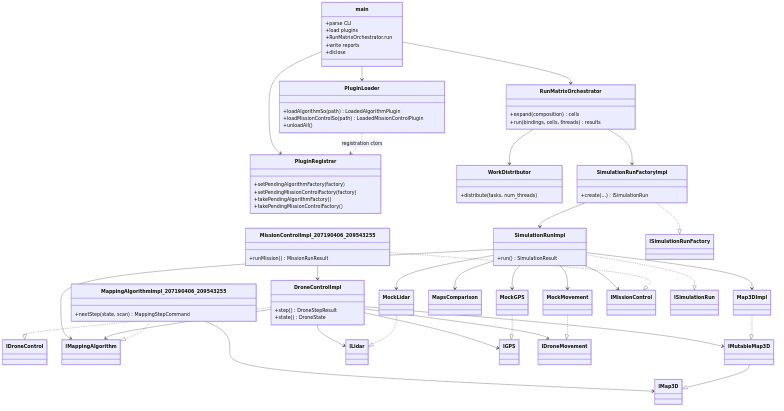
Before: docs/hld/class-overview.png, a diagram exported from Mermaid (Sagi154/Drone-Mapper-ex3). Its source is kept beside it as docs/hld/class-overview.mmd. Its diagram source:
```mermaid
classDiagram
    direction TB

    class main {
      +parse CLI
      +load plugins
      +RunMatrixOrchestrator.run
      +write reports
      +dlclose
    }

    class PluginLoader {
      +loadAlgorithmSo(path) LoadedAlgorithmPlugin
      +loadMissionControlSo(path) LoadedMissionControlPlugin
      +unloadAll()
    }

    class PluginRegistrar {
      +setPendingAlgorithmFactory(factory)
      +setPendingMissionControlFactory(factory)
      +takePendingAlgorithmFactory()
      +takePendingMissionControlFactory()
    }

    class RunMatrixOrchestrator {
      +expand(composition) cells
      +run(bindings, cells, threads) results
    }

    class WorkDistributor {
      +distribute(tasks, num_threads)
    }

    class SimulationRunFactoryImpl {
      +create(...) ISimulationRun
    }

    class SimulationRunImpl {
      +run() SimulationResult
    }

    class Map3DImpl
    class MockGPS
    class MockLidar
    class MockMovement
    class MapsComparison

    class MissionControlImpl_207190406_209543255 {
      +runMission() MissionRunResult
    }

    class DroneControlImpl {
      +step() DroneStepResult
      +state() DroneState
    }

    class MappingAlgorithmImpl_207190406_209543255 {
      +nextStep(state, scan) MappingStepCommand
    }

    class IMissionControl
    class IDroneControl
    class IMappingAlgorithm
    class IMap3D
    class IMutableMap3D
    class ILidar
    class IGPS
    class IDroneMovement
    class ISimulationRun
    class ISimulationRunFactory

    main --> PluginLoader
    main --> PluginRegistrar
    main --> RunMatrixOrchestrator
    RunMatrixOrchestrator --> WorkDistributor
    RunMatrixOrchestrator --> SimulationRunFactoryImpl
    SimulationRunFactoryImpl ..|> ISimulationRunFactory
    SimulationRunFactoryImpl --> SimulationRunImpl
    SimulationRunImpl ..|> ISimulationRun
    SimulationRunImpl --> Map3DImpl
    SimulationRunImpl --> MockGPS
    SimulationRunImpl --> MockLidar
    SimulationRunImpl --> MockMovement
    SimulationRunImpl --> MapsComparison
    SimulationRunImpl --> IMissionControl
    SimulationRunImpl --> IMappingAlgorithm
    MissionControlImpl_207190406_209543255 ..|> IMissionControl
    MissionControlImpl_207190406_209543255 --> DroneControlImpl
    DroneControlImpl ..|> IDroneControl
    DroneControlImpl --> IMappingAlgorithm
    DroneControlImpl --> ILidar
    DroneControlImpl --> IGPS
    DroneControlImpl --> IDroneMovement
    DroneControlImpl --> IMutableMap3D
    MappingAlgorithmImpl_207190406_209543255 ..|> IMappingAlgorithm
    MappingAlgorithmImpl_207190406_209543255 --> IMap3D
    Map3DImpl ..|> IMutableMap3D
    IMutableMap3D --|> IMap3D
    MockLidar ..|> ILidar
    MockGPS ..|> IGPS
    MockMovement ..|> IDroneMovement
    PluginLoader ..> PluginRegistrar : registration ctors
```
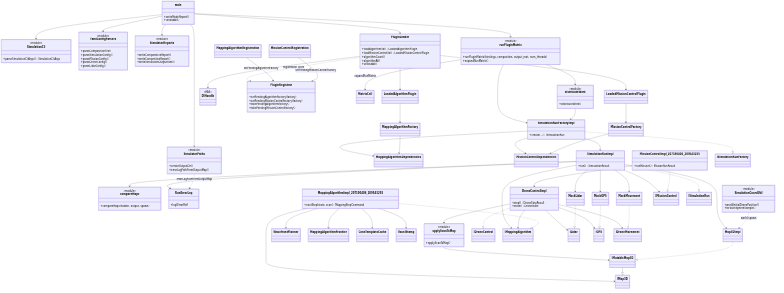
The same file after the commit.

Commit message:
docs: align HLD diagrams with CLI composition and scoring

Change to the diagram source:
```diff
@@ -2,17 +2,68 @@
     direction TB
 
     class main {
-      +parse CLI
-      +load plugins
-      +RunMatrixOrchestrator.run
-      +write reports
-      +dlclose
+      +writeModeReport()
+      +unloadAll()
+    }
+
+    class SimulationCli {
+      <<module>>
+      +parseSimulationCliArgs() SimulationCliArgs
+    }
+
+    class SimulatorPaths {
+      <<module>>
+      +createOutputDir()
+      +errorLogPathFromOutputMap()
+    }
+
+    class YamlConfigParsers {
+      <<module>>
+      +parseCompositionFile()
+      +parseSimulationConfig()
+      +parseMissionConfig()
+      +parseDroneConfig()
+      +parseLidarConfig()
+    }
+
+    class SimulatorReports {
+      <<module>>
+      +writeComparativeReport()
+      +writeCompetitiveReport()
+      +writeSimulationOutputYaml()
+    }
+
+    class runPluginMatrix {
+      <<module>>
+      +runPluginMatrix(bindings, composition, output_root, num_threads)
+      +expandRunMatrix()
+    }
+
+    class distributeWork {
+      <<module>>
+      +distributeWork()
+    }
+
+    class compareMaps {
+      <<module>>
+      +compareMaps(hidden, output, spawn)
+    }
+
+    class applyScanToMap {
+      <<module>>
+      +applyScanToMap()
     }
 
     class PluginLoader {
-      +loadAlgorithmSo(path) LoadedAlgorithmPlugin
-      +loadMissionControlSo(path) LoadedMissionControlPlugin
+      +loadAlgorithmSo() LoadedAlgorithmPlugin
+      +loadMissionControlSo() LoadedMissionControlPlugin
+      +algorithmCount()
+      +algorithmAt()
       +unloadAll()
+    }
+
+    class DlHandle {
+      <<RAII>>
     }
 
     class PluginRegistrar {
@@ -22,14 +73,30 @@
       +takePendingMissionControlFactory()
     }
 
-    class RunMatrixOrchestrator {
-      +expand(composition) cells
-      +run(bindings, cells, threads) results
+    class MappingAlgorithmRegistration
+    class MissionControlRegistration
+    class MappingAlgorithmFactory
+    class MissionControlFactory
+    class MappingAlgorithmDependencies
+    class MissionControlDependencies
+    class MatrixCell
+    class LoadedAlgorithmPlugin
+    class LoadedMissionControlPlugin
+
+    class RunErrorLog {
+      +log(ErrorRef)
     }
 
-    class WorkDistributor {
-      +distribute(tasks, num_threads)
+    class SimulationCoordUtil {
+      <<module>>
+      +worldInitialDronePosition()
+      +forEachSphereSample()
     }
+
+    class WavefrontPlanner
+    class MappingAlgorithmFrontier
+    class ConeTemplateCache
+    class VoxelStamp
 
     class SimulationRunFactoryImpl {
       +create(...) ISimulationRun
@@ -43,7 +110,6 @@
     class MockGPS
     class MockLidar
     class MockMovement
-    class MapsComparison
 
     class MissionControlImpl_207190406_209543255 {
       +runMission() MissionRunResult
@@ -69,21 +135,39 @@
     class ISimulationRun
     class ISimulationRunFactory
 
+    main --> SimulationCli
+    main --> SimulatorPaths
+    main --> YamlConfigParsers
     main --> PluginLoader
-    main --> PluginRegistrar
-    main --> RunMatrixOrchestrator
-    RunMatrixOrchestrator --> WorkDistributor
-    RunMatrixOrchestrator --> SimulationRunFactoryImpl
+    main --> runPluginMatrix
+    main --> SimulatorReports
+    runPluginMatrix --> distributeWork
+    runPluginMatrix --> SimulationRunFactoryImpl
+    runPluginMatrix --> MatrixCell : expandRunMatrix
+    distributeWork --> SimulationRunFactoryImpl
     SimulationRunFactoryImpl ..|> ISimulationRunFactory
     SimulationRunFactoryImpl --> SimulationRunImpl
+    SimulationRunFactoryImpl --> MappingAlgorithmDependencies
+    SimulationRunFactoryImpl --> MissionControlDependencies
     SimulationRunImpl ..|> ISimulationRun
     SimulationRunImpl --> Map3DImpl
     SimulationRunImpl --> MockGPS
     SimulationRunImpl --> MockLidar
     SimulationRunImpl --> MockMovement
-    SimulationRunImpl --> MapsComparison
+    SimulationRunImpl --> compareMaps
+    SimulationRunImpl --> RunErrorLog
     SimulationRunImpl --> IMissionControl
     SimulationRunImpl --> IMappingAlgorithm
+    PluginLoader --> DlHandle
+    PluginLoader --> LoadedAlgorithmPlugin
+    PluginLoader --> LoadedMissionControlPlugin
+    PluginLoader ..> PluginRegistrar : registration ctors
+    MappingAlgorithmRegistration --> PluginRegistrar : setPendingAlgorithmFactory
+    MissionControlRegistration --> PluginRegistrar : setPendingMissionControlFactory
+    LoadedAlgorithmPlugin --> MappingAlgorithmFactory
+    LoadedMissionControlPlugin --> MissionControlFactory
+    MappingAlgorithmFactory --> MappingAlgorithmDependencies
+    MissionControlFactory --> MissionControlDependencies
     MissionControlImpl_207190406_209543255 ..|> IMissionControl
     MissionControlImpl_207190406_209543255 --> DroneControlImpl
     DroneControlImpl ..|> IDroneControl
@@ -91,12 +175,18 @@
     DroneControlImpl --> ILidar
     DroneControlImpl --> IGPS
     DroneControlImpl --> IDroneMovement
-    DroneControlImpl --> IMutableMap3D
+    DroneControlImpl --> applyScanToMap
+    applyScanToMap --> IMutableMap3D
     MappingAlgorithmImpl_207190406_209543255 ..|> IMappingAlgorithm
     MappingAlgorithmImpl_207190406_209543255 --> IMap3D
+    MappingAlgorithmImpl_207190406_209543255 --> WavefrontPlanner
+    MappingAlgorithmImpl_207190406_209543255 --> MappingAlgorithmFrontier
+    MappingAlgorithmImpl_207190406_209543255 --> ConeTemplateCache
+    MappingAlgorithmImpl_207190406_209543255 --> VoxelStamp
     Map3DImpl ..|> IMutableMap3D
     IMutableMap3D --|> IMap3D
     MockLidar ..|> ILidar
     MockGPS ..|> IGPS
     MockMovement ..|> IDroneMovement
-    PluginLoader ..> PluginRegistrar : registration ctors
+    SimulationCoordUtil ..> Map3DImpl : world spawn
+    SimulatorPaths ..> RunErrorLog : errorLogPathFromOutputMap
```
